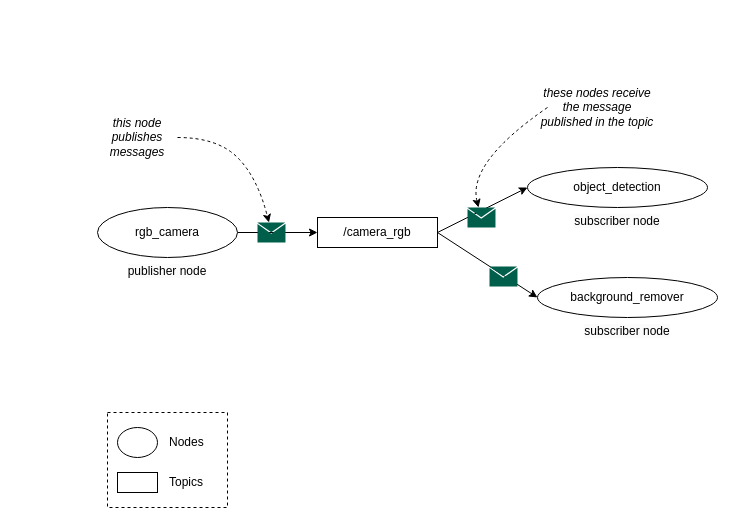
harleylara/robotics keeps this draw.io diagram as page "topics" (7 of 7) of src/resources/ros.drawio. Above is the earlier version. Source tidied: cells renumbered, new cells numbered last; positions are measured from the earlier drawing's top-left corner, leaving out a move shared by most shapes. Both pictures are drawn from the tidied source at 100%, with x=0, y=0 at pixel (97, 77).
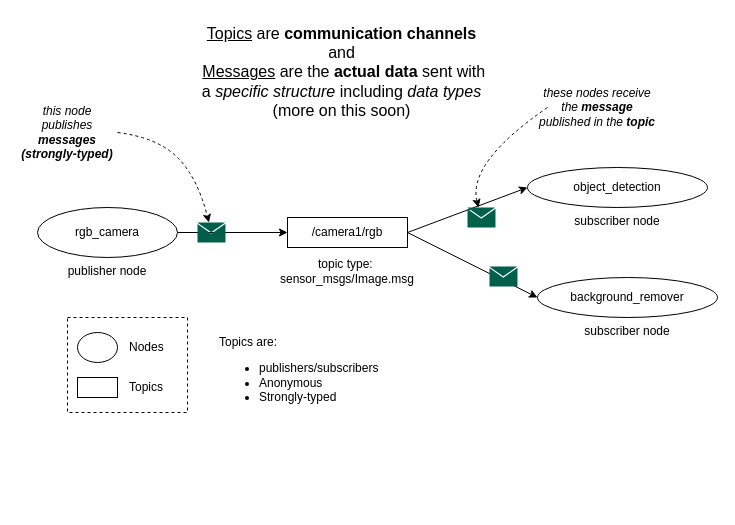
The same diagram, later.

Commit message (it also covers changes not shown here):
add extra info

What changed in the source:
```diff
@@
     <mxCell id="2" style="rounded=0;whiteSpace=wrap;html=1;fontColor=default;fillColor=none;dashed=1;" parent="1" vertex="1">
-      <mxGeometry x="10" y="335" width="120" height="95" as="geometry" />
+      <mxGeometry x="-30" y="240" width="120" height="95" as="geometry" />
     </mxCell>
-    <mxCell id="3" style="edgeStyle=orthogonalEdgeStyle;rounded=0;jettySize=auto;html=1;exitX=1;exitY=0.5;exitDx=0;exitDy=0;entryX=0;entryY=0.5;entryDx=0;entryDy=0;" parent="1" edge="1" source="4" target="13">
+    <mxCell id="3" style="rounded=0;jettySize=auto;html=1;exitX=1;exitY=0.5;exitDx=0;exitDy=0;entryX=0;entryY=0.5;entryDx=0;entryDy=0;" parent="1" edge="1" source="4" target="13">
       <mxGeometry relative="1" as="geometry" />
     </mxCell>
     <mxCell id="4" value="rgb_camera" style="ellipse;whiteSpace=wrap;html=1;" parent="1" vertex="1">
-      <mxGeometry y="130" width="140" height="50" as="geometry" />
+      <mxGeometry x="-60" y="130" width="140" height="50" as="geometry" />
     </mxCell>
     <mxCell id="5" style="ellipse;whiteSpace=wrap;html=1;" parent="1" vertex="1">
-      <mxGeometry x="20" y="350" width="40" height="30" as="geometry" />
+      <mxGeometry x="-20" y="255" width="40" height="30" as="geometry" />
     </mxCell>
     <mxCell id="6" value="Nodes" style="text;html=1;strokeColor=none;fillColor=none;align=left;verticalAlign=middle;whiteSpace=wrap;rounded=0;" parent="1" vertex="1">
-      <mxGeometry x="70" y="350" width="60" height="30" as="geometry" />
+      <mxGeometry x="30" y="255" width="60" height="30" as="geometry" />
     </mxCell>
     <mxCell id="7" style="rounded=0;whiteSpace=wrap;html=1;" parent="1" vertex="1">
-      <mxGeometry x="20" y="395" width="40" height="20" as="geometry" />
+      <mxGeometry x="-20" y="300" width="40" height="20" as="geometry" />
     </mxCell>
     <mxCell id="8" value="Topics" style="text;html=1;strokeColor=none;fillColor=none;align=left;verticalAlign=middle;whiteSpace=wrap;rounded=0;" parent="1" vertex="1">
-      <mxGeometry x="70" y="390" width="60" height="30" as="geometry" />
+      <mxGeometry x="30" y="295" width="60" height="30" as="geometry" />
     </mxCell>
@@
-    <mxCell id="13" value="/camera_rgb" style="rounded=0;whiteSpace=wrap;html=1;" parent="1" vertex="1">
-      <mxGeometry x="220" y="140" width="120" height="30" as="geometry" />
+    <mxCell id="13" value="/camera1/rgb" style="rounded=0;whiteSpace=wrap;html=1;" parent="1" vertex="1">
+      <mxGeometry x="190" y="140" width="120" height="30" as="geometry" />
     </mxCell>
     <mxCell id="14" style="curved=1;endArrow=classic;html=1;rounded=0;dashed=1;exitX=1;exitY=0.5;exitDx=0;exitDy=0;" parent="1" edge="1" source="15" target="16">
       <mxGeometry relative="1" as="geometry">
         <Array as="points">
-          <mxPoint x="120" y="60" />
-          <mxPoint x="160" y="100" />
+          <mxPoint x="60" y="60" />
+          <mxPoint x="100" y="100" />
         </Array>
       </mxGeometry>
     </mxCell>
-    <mxCell id="15" value="this node publishes messages" style="text;html=1;strokeColor=none;fillColor=none;align=center;verticalAlign=middle;whiteSpace=wrap;rounded=0;fontStyle=2;" parent="1" vertex="1">
-      <mxGeometry y="40" width="80" height="40" as="geometry" />
+    <mxCell id="15" value="this node publishes &lt;b&gt;messages (strongly-typed)&lt;/b&gt;" style="text;html=1;strokeColor=none;fillColor=none;align=center;verticalAlign=middle;whiteSpace=wrap;rounded=0;fontStyle=2;" parent="1" vertex="1">
+      <mxGeometry x="-80" y="20" width="100" height="70" as="geometry" />
     </mxCell>
     <mxCell id="16" style="sketch=0;shadow=0;dashed=0;html=1;strokeColor=none;fillColor=#005F4B;labelPosition=center;verticalLabelPosition=bottom;verticalAlign=top;align=center;outlineConnect=0;shape=mxgraph.veeam2.letter;" parent="1" vertex="1">
-      <mxGeometry x="160" y="145" width="28" height="20" as="geometry" />
+      <mxGeometry x="100" y="145" width="28" height="20" as="geometry" />
     </mxCell>
@@
-    <mxCell id="18" value="these nodes receive the message published in the topic" style="text;html=1;strokeColor=none;fillColor=none;align=center;verticalAlign=middle;whiteSpace=wrap;rounded=0;fontStyle=2;" parent="1" vertex="1">
+    <mxCell id="18" value="these nodes receive the &lt;b&gt;message &lt;/b&gt;published in the &lt;b&gt;topic&lt;/b&gt;" style="text;html=1;strokeColor=none;fillColor=none;align=center;verticalAlign=middle;whiteSpace=wrap;rounded=0;fontStyle=2;" parent="1" vertex="1">
       <mxGeometry x="440" width="120" height="60" as="geometry" />
     </mxCell>
@@
     <mxCell id="21" value="&lt;span style=&quot;color: rgb(0, 0, 0); font-family: Helvetica; font-size: 12px; font-style: normal; font-variant-ligatures: normal; font-variant-caps: normal; font-weight: 400; letter-spacing: normal; orphans: 2; text-indent: 0px; text-transform: none; widows: 2; word-spacing: 0px; -webkit-text-stroke-width: 0px; background-color: rgb(251, 251, 251); text-decoration-thickness: initial; text-decoration-style: initial; text-decoration-color: initial; float: none; display: inline !important;&quot;&gt;publisher node&lt;/span&gt;" style="text;whiteSpace=wrap;html=1;align=center;" parent="1" vertex="1">
-      <mxGeometry x="25" y="180" width="90" height="30" as="geometry" />
+      <mxGeometry x="-35" y="180" width="90" height="30" as="geometry" />
     </mxCell>
@@
+    <mxCell id="24" value="&lt;u style=&quot;font-size: 16px;&quot;&gt;Topics&lt;/u&gt; are &lt;b style=&quot;font-size: 16px;&quot;&gt;communication channels&lt;br&gt;&lt;/b&gt;and&lt;br&gt;&amp;nbsp;&lt;u&gt;Messages&lt;/u&gt; are the &lt;b&gt;actual data&lt;/b&gt; sent with a &lt;i&gt;specific structure&lt;/i&gt; including &lt;i&gt;data types&lt;/i&gt; (more on this soon)" style="text;whiteSpace=wrap;html=1;align=center;fontSize=16;" parent="1" vertex="1">
+      <mxGeometry x="97" y="-60" width="295" height="110" as="geometry" />
+    </mxCell>
+    <mxCell id="25" value="topic type:&amp;nbsp;&lt;br&gt;sensor_msgs/Image.msg" style="text;html=1;strokeColor=none;fillColor=none;align=center;verticalAlign=middle;whiteSpace=wrap;rounded=0;" parent="1" vertex="1">
+      <mxGeometry x="160" y="179" width="180" height="30" as="geometry" />
+    </mxCell>
+    <mxCell id="26" value="Topics are:&lt;br&gt;&lt;ul&gt;&lt;li&gt;publishers/subscribers&lt;/li&gt;&lt;li&gt;Anonymous&lt;/li&gt;&lt;li&gt;Strongly-typed&lt;/li&gt;&lt;/ul&gt;" style="text;html=1;strokeColor=none;fillColor=none;align=left;verticalAlign=middle;whiteSpace=wrap;rounded=0;" parent="1" vertex="1">
+      <mxGeometry x="120" y="260" width="180" height="75" as="geometry" />
+    </mxCell>
```
